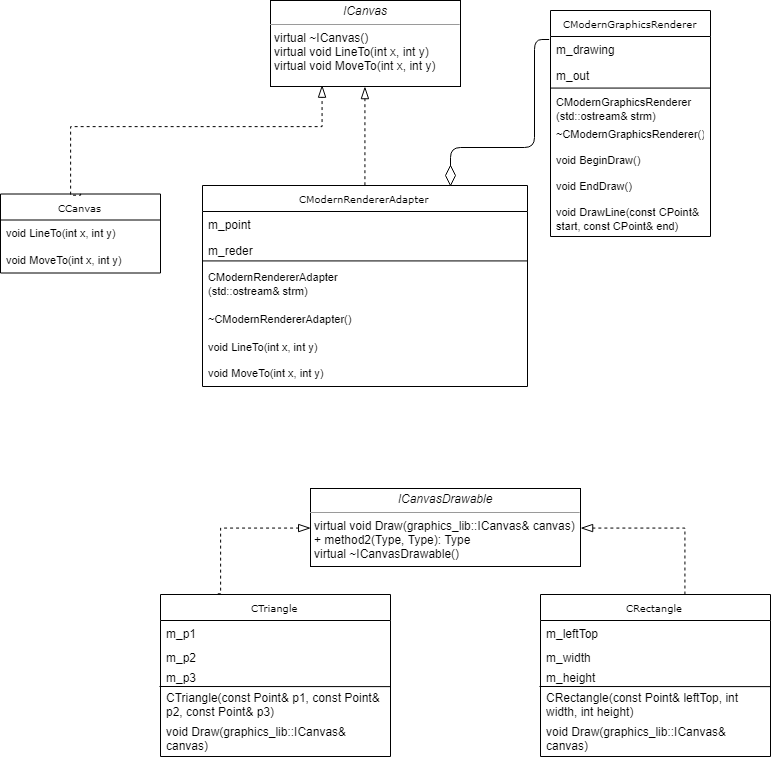
Above: adapter/AdapterClass.png in daria-grebneva/OOD (draw.io), before the change. Source tidied: cells renumbered, new cells last; positions are measured from the earlier drawing's top-left corner, leaving out a move shared by most shapes.
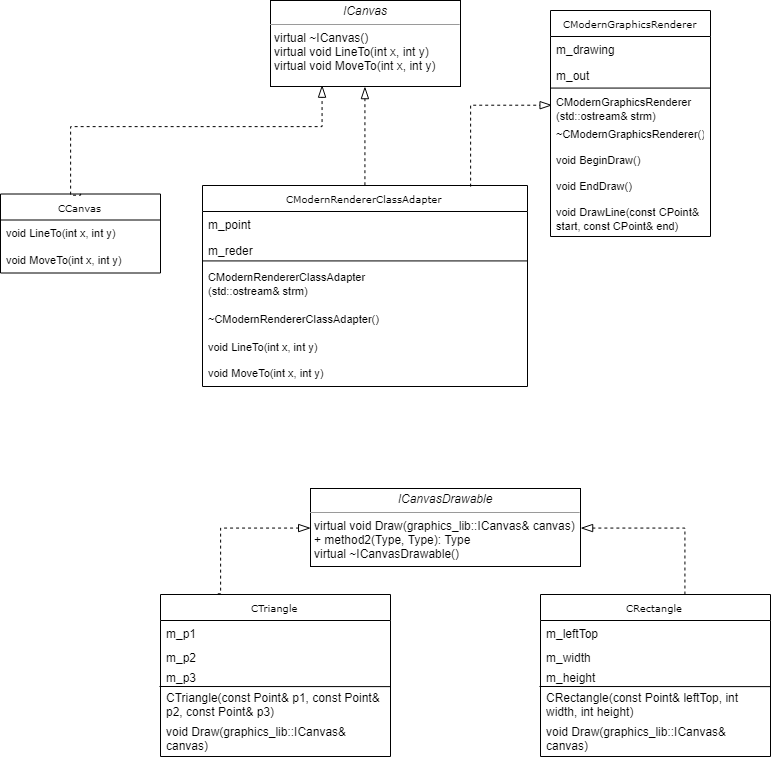
After the commit.

Diff of the diagram source:
```diff
@@ -11,7 +11,7 @@
     <mxCell id="4" value="&lt;font style=&quot;font-size: 11px&quot;&gt;void MoveTo(int x, int y)&lt;/font&gt;" style="text;html=1;strokeColor=none;fillColor=none;align=left;verticalAlign=top;spacingLeft=4;spacingRight=4;whiteSpace=wrap;overflow=hidden;" parent="2" vertex="1">
       <mxGeometry y="52" width="160" height="26" as="geometry" />
     </mxCell>
-    <mxCell id="5" value="CModernRendererAdapter" style="swimlane;html=1;fontStyle=0;horizontal=1;startSize=26;fillColor=none;swimlaneFillColor=#ffffff;rounded=0;shadow=0;comic=0;labelBackgroundColor=none;strokeColor=#000000;strokeWidth=1;fontFamily=Verdana;fontSize=10;fontColor=#000000;align=center;" parent="1" vertex="1">
+    <mxCell id="5" value="CModernRendererClassAdapter" style="swimlane;html=1;fontStyle=0;horizontal=1;startSize=26;fillColor=none;swimlaneFillColor=#ffffff;rounded=0;shadow=0;comic=0;labelBackgroundColor=none;strokeColor=#000000;strokeWidth=1;fontFamily=Verdana;fontSize=10;fontColor=#000000;align=center;" parent="1" vertex="1">
       <mxGeometry x="202" y="185" width="325" height="201" as="geometry" />
     </mxCell>
     <mxCell id="6" value="m_point" style="text;html=1;strokeColor=none;fillColor=none;align=left;verticalAlign=top;spacingLeft=4;spacingRight=4;whiteSpace=wrap;overflow=hidden;" parent="5" vertex="1">
@@ -23,10 +23,10 @@
     <mxCell id="8" style="endArrow=none;html=1;entryX=1.001;entryY=0.908;entryDx=0;entryDy=0;entryPerimeter=0;exitX=-0.002;exitY=0.909;exitDx=0;exitDy=0;exitPerimeter=0;" parent="5" edge="1" source="7" target="7">
       <mxGeometry relative="1" as="geometry" />
     </mxCell>
-    <mxCell id="9" value="&lt;font style=&quot;font-size: 11px&quot;&gt;CModernRendererAdapter&lt;br&gt;(std::ostream&amp;amp; strm)&lt;/font&gt;" style="text;html=1;strokeColor=none;fillColor=none;align=left;verticalAlign=top;spacingLeft=4;spacingRight=4;whiteSpace=wrap;overflow=hidden;" parent="5" vertex="1">
+    <mxCell id="9" value="&lt;font style=&quot;font-size: 11px&quot;&gt;&lt;span&gt;CModernRendererClassAdapter&lt;/span&gt;&lt;br&gt;(std::ostream&amp;amp; strm)&lt;/font&gt;" style="text;html=1;strokeColor=none;fillColor=none;align=left;verticalAlign=top;spacingLeft=4;spacingRight=4;whiteSpace=wrap;overflow=hidden;" parent="5" vertex="1">
       <mxGeometry y="78" width="325" height="42" as="geometry" />
     </mxCell>
-    <mxCell id="10" value="&lt;font style=&quot;font-size: 11px&quot;&gt;~CModernRendererAdapter()&lt;/font&gt;" style="text;html=1;strokeColor=none;fillColor=none;align=left;verticalAlign=top;spacingLeft=4;spacingRight=4;whiteSpace=wrap;overflow=hidden;" parent="5" vertex="1">
+    <mxCell id="10" value="&lt;font style=&quot;font-size: 11px&quot;&gt;~&lt;span&gt;CModernRendererClassAdapter&lt;/span&gt;()&lt;/font&gt;" style="text;html=1;strokeColor=none;fillColor=none;align=left;verticalAlign=top;spacingLeft=4;spacingRight=4;whiteSpace=wrap;overflow=hidden;" parent="5" vertex="1">
       <mxGeometry y="120" width="325" height="28" as="geometry" />
     </mxCell>
     <mxCell id="11" value="&lt;font style=&quot;font-size: 11px&quot;&gt;void LineTo(int x, int y)&lt;/font&gt;" style="text;html=1;strokeColor=none;fillColor=none;align=left;verticalAlign=top;spacingLeft=4;spacingRight=4;whiteSpace=wrap;overflow=hidden;" parent="5" vertex="1">
@@ -107,19 +107,6 @@
     <mxCell id="32" value="void Draw(graphics_lib::ICanvas&amp;amp; canvas)" style="text;html=1;strokeColor=none;fillColor=none;align=left;verticalAlign=top;spacingLeft=4;spacingRight=4;whiteSpace=wrap;overflow=hidden;" parent="26" vertex="1">
       <mxGeometry y="124" width="230" height="36" as="geometry" />
     </mxCell>
-    <mxCell id="33" style="endArrow=none;html=1;entryX=-0.006;entryY=0.128;entryDx=0;entryDy=0;entryPerimeter=0;" parent="1" edge="1" target="13">
-      <mxGeometry relative="1" as="geometry">
-        <mxPoint x="450" y="167" as="sourcePoint" />
-        <Array as="points">
-          <mxPoint x="450" y="147" />
-          <mxPoint x="534" y="147" />
-          <mxPoint x="534" y="39" />
-        </Array>
-      </mxGeometry>
-    </mxCell>
-    <mxCell id="34" style="rhombus;whiteSpace=wrap;html=1;rotation=90;" parent="1" vertex="1">
-      <mxGeometry x="440" y="170" width="20" height="10" as="geometry" />
-    </mxCell>
     <mxCell id="35" value="CRectangle" style="swimlane;html=1;fontStyle=0;horizontal=1;startSize=26;fillColor=none;swimlaneFillColor=#ffffff;rounded=0;shadow=0;comic=0;labelBackgroundColor=none;strokeColor=#000000;strokeWidth=1;fontFamily=Verdana;fontSize=10;fontColor=#000000;align=center;" parent="1" vertex="1">
       <mxGeometry x="540" y="594" width="230" height="162" as="geometry" />
     </mxCell>
@@ -158,5 +145,15 @@
         </Array>
       </mxGeometry>
     </mxCell>
+    <mxCell id="44" style="edgeStyle=orthogonalEdgeStyle;rounded=0;html=1;dashed=1;labelBackgroundColor=none;startFill=0;endArrow=blockThin;endFill=0;endSize=10;fontFamily=Verdana;fontSize=10;" parent="1" edge="1">
+      <mxGeometry relative="1" as="geometry">
+        <mxPoint x="470" y="186" as="sourcePoint" />
+        <mxPoint x="552" y="104" as="targetPoint" />
+        <Array as="points">
+          <mxPoint x="470" y="104" />
+          <mxPoint x="552" y="104" />
+        </Array>
+      </mxGeometry>
+    </mxCell>
   </root>
 </mxGraphModel>
```
